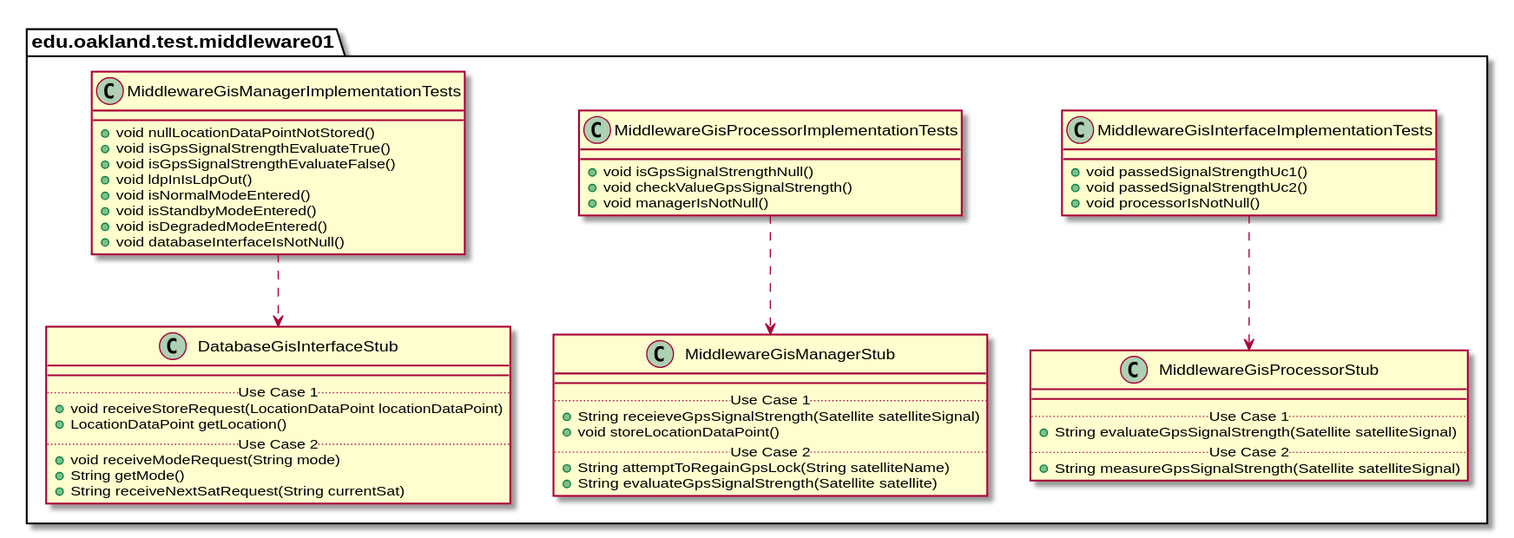
This is docs/uml-class-diagrams/middleware01/test/Middleware01TestPackage_InternalDependencies.svg from andrewdimmer/csi-3370-software-project, a PlantUML export, as it was before one commit.
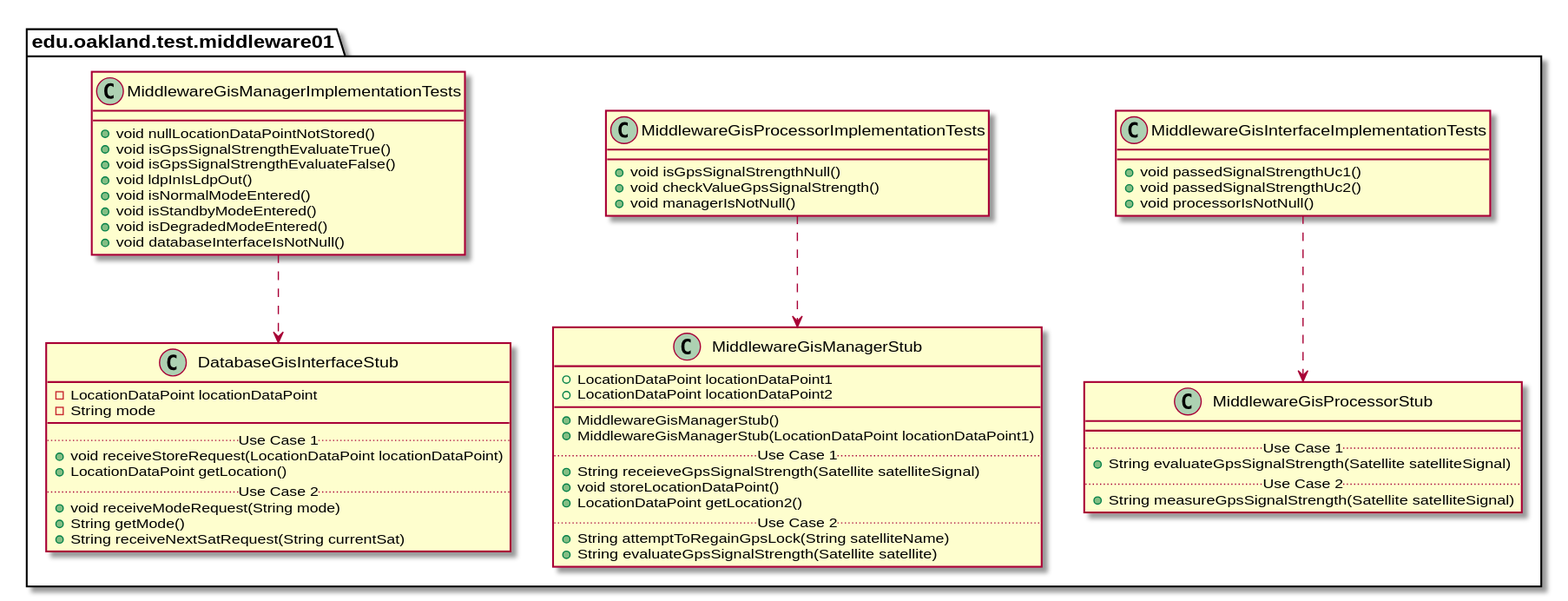
The same diagram one commit later.

Diff of the diagram source:
```diff
@@ -39,10 +39,15 @@
 
 package edu.oakland.test.middleware01 {
     class MiddlewareGisManagerStub {
+        + LocationDataPoint locationDataPoint1
+        + LocationDataPoint locationDataPoint2
         __
+        + MiddlewareGisManagerStub()
+        + MiddlewareGisManagerStub(LocationDataPoint locationDataPoint1)
         .. Use Case 1 ..
         + String receieveGpsSignalStrength(Satellite satelliteSignal)
         + void storeLocationDataPoint()
+        + LocationDataPoint getLocation2()
         .. Use Case 2 ..
         + String attemptToRegainGpsLock(String satelliteName)
         + String evaluateGpsSignalStrength(Satellite satellite)
@@ -68,6 +73,8 @@
 
 package edu.oakland.test.middleware01 {
     class DatabaseGisInterfaceStub {
+        - LocationDataPoint locationDataPoint
+        - String mode
         __
         .. Use Case 1 ..
         + void receiveStoreRequest(LocationDataPoint locationDataPoint)
```
